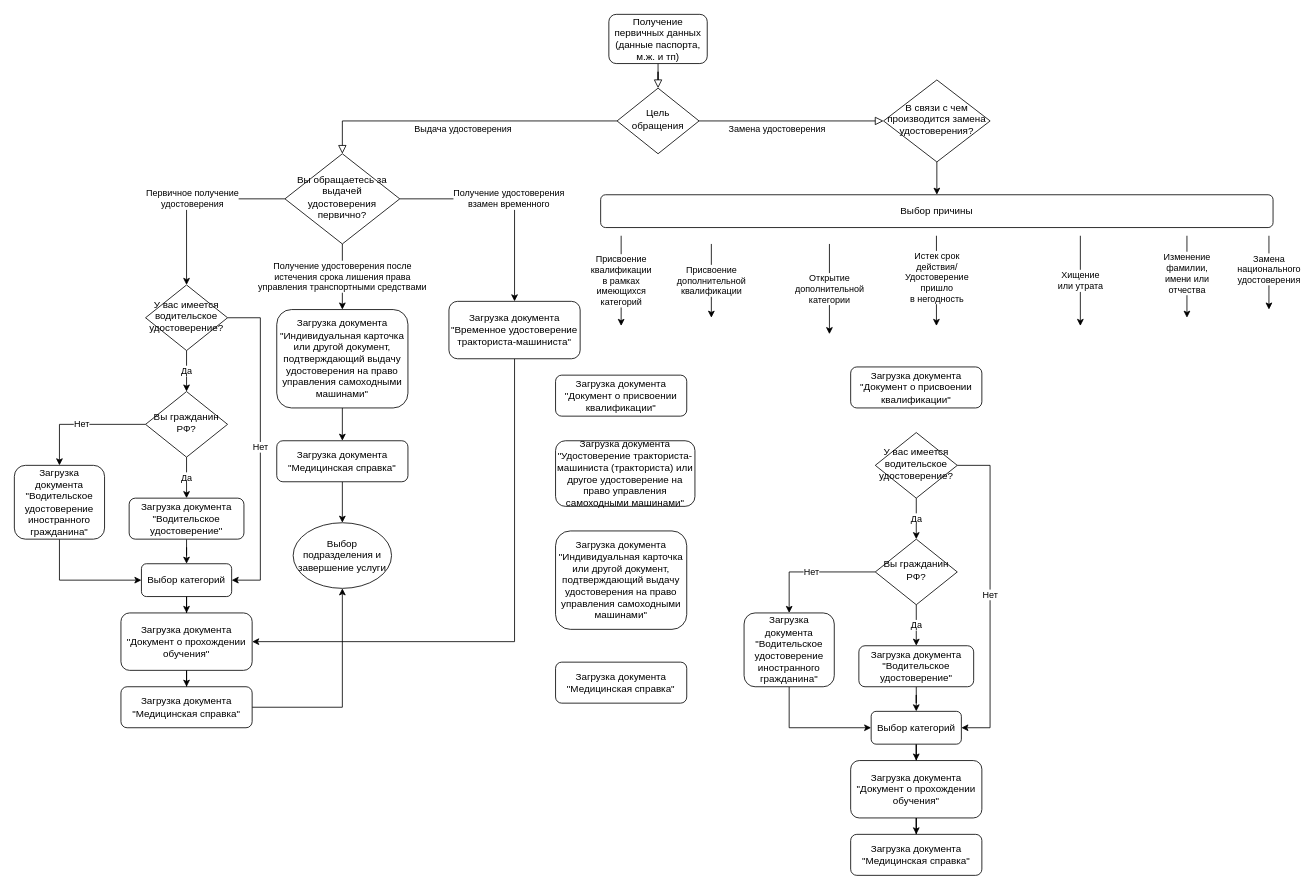
ainaraslan/test keeps this draw.io diagram as page "Page-1" (1 of 8) of Untitled Diagram.drawio. Above is the earlier version. Source tidied: cells renumbered, new cells numbered last; positions are measured from the earlier drawing's top-left corner, leaving out a move shared by most shapes. Both pictures are drawn from the tidied source at 82%, with x=0, y=0 at pixel (14, 14).
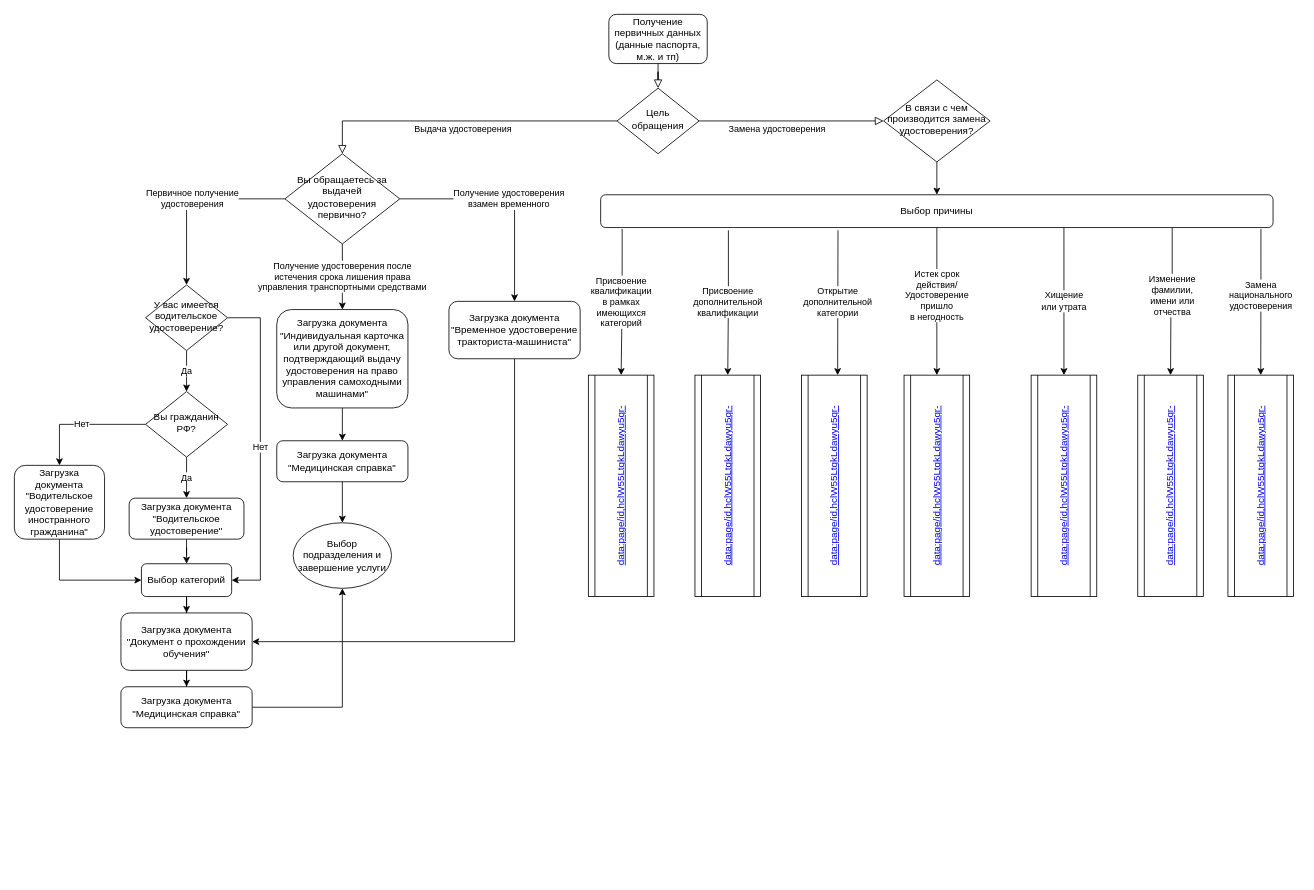
The same diagram, later.

The change refers to these unchanged cells:
```xml
<mxCell id="39" value="Выбор причины" style="rounded=1;whiteSpace=wrap;html=1;shadow=0;strokeWidth=1;" parent="1" vertex="1">
  <mxGeometry x="715" y="220" width="820" height="40" as="geometry" />
</mxCell>
```

What changed in the source:
```diff
@@
-    <mxCell id="36" value="Присвоение &lt;br&gt;дополнительной &lt;br&gt;квалификации" style="edgeStyle=orthogonalEdgeStyle;rounded=0;orthogonalLoop=1;jettySize=auto;html=1;" parent="1" edge="1">
+    <mxCell id="36" value="Присвоение &lt;br&gt;дополнительной &lt;br&gt;квалификации" style="edgeStyle=orthogonalEdgeStyle;rounded=0;jettySize=auto;html=1;exitX=0.19;exitY=1.083;exitDx=0;exitDy=0;exitPerimeter=0;" parent="1" edge="1" source="39">
       <mxGeometry relative="1" as="geometry">
-        <mxPoint x="850" y="280" as="sourcePoint" />
-        <mxPoint x="850" y="370" as="targetPoint" />
+        <mxPoint x="870" y="440" as="targetPoint" />
       </mxGeometry>
     </mxCell>
-    <mxCell id="37" value="Присвоение &lt;br&gt;квалификации &lt;br&gt;в рамках &lt;br&gt;имеющихся &lt;br&gt;категорий" style="edgeStyle=orthogonalEdgeStyle;rounded=0;orthogonalLoop=1;jettySize=auto;html=1;" parent="1" edge="1">
+    <mxCell id="37" value="Присвоение &lt;br&gt;квалификации &lt;br&gt;в рамках &lt;br&gt;имеющихся &lt;br&gt;категорий" style="edgeStyle=orthogonalEdgeStyle;rounded=0;jettySize=auto;html=1;exitX=0.032;exitY=1.042;exitDx=0;exitDy=0;exitPerimeter=0;" parent="1" edge="1" source="39">
       <mxGeometry relative="1" as="geometry">
-        <mxPoint x="740" y="270" as="sourcePoint" />
-        <mxPoint x="740" y="380" as="targetPoint" />
+        <mxPoint x="740" y="440" as="targetPoint" />
       </mxGeometry>
     </mxCell>
-    <mxCell id="38" value="Открытие &lt;br&gt;дополнительной &lt;br&gt;категории" style="edgeStyle=orthogonalEdgeStyle;rounded=0;orthogonalLoop=1;jettySize=auto;html=1;" parent="1" edge="1">
+    <mxCell id="38" value="Открытие &lt;br&gt;дополнительной &lt;br&gt;категории" style="edgeStyle=orthogonalEdgeStyle;rounded=0;jettySize=auto;html=1;exitX=0.353;exitY=1.083;exitDx=0;exitDy=0;exitPerimeter=0;" parent="1" edge="1" source="39">
       <mxGeometry relative="1" as="geometry">
-        <mxPoint x="994" y="280" as="sourcePoint" />
-        <mxPoint x="994" y="390" as="targetPoint" />
+        <mxPoint x="1004" y="440" as="targetPoint" />
       </mxGeometry>
     </mxCell>
@@
-    <mxCell id="40" value="Хищение &lt;br&gt;или утрата" style="edgeStyle=orthogonalEdgeStyle;rounded=0;orthogonalLoop=1;jettySize=auto;html=1;" parent="1" edge="1">
+    <mxCell id="40" value="Хищение &lt;br&gt;или утрата" style="edgeStyle=orthogonalEdgeStyle;rounded=0;jettySize=auto;html=1;exitX=0.689;exitY=1;exitDx=0;exitDy=0;exitPerimeter=0;" parent="1" edge="1" source="39">
       <mxGeometry relative="1" as="geometry">
-        <mxPoint x="1300" y="270" as="sourcePoint" />
-        <mxPoint x="1300" y="380" as="targetPoint" />
+        <mxPoint x="1280" y="440" as="targetPoint" />
       </mxGeometry>
     </mxCell>
-    <mxCell id="41" value="Изменение &lt;br&gt;фамилии, &lt;br&gt;имени или &lt;br&gt;отчества" style="edgeStyle=orthogonalEdgeStyle;rounded=0;orthogonalLoop=1;jettySize=auto;html=1;" parent="1" edge="1">
+    <mxCell id="41" value="Изменение &lt;br&gt;фамилии, &lt;br&gt;имени или &lt;br&gt;отчества" style="edgeStyle=orthogonalEdgeStyle;rounded=0;jettySize=auto;html=1;exitX=0.85;exitY=1;exitDx=0;exitDy=0;exitPerimeter=0;" parent="1" edge="1" source="39">
       <mxGeometry x="-0.09" relative="1" as="geometry">
-        <mxPoint x="1430" y="270" as="sourcePoint" />
-        <mxPoint x="1430" y="370" as="targetPoint" />
+        <mxPoint x="1410" y="440" as="targetPoint" />
       </mxGeometry>
     </mxCell>
-    <mxCell id="42" value="Замена &lt;br&gt;национального &lt;br&gt;удостоверения" style="edgeStyle=orthogonalEdgeStyle;rounded=0;orthogonalLoop=1;jettySize=auto;html=1;" parent="1" edge="1">
+    <mxCell id="42" value="Замена &lt;br&gt;национального &lt;br&gt;удостоверения" style="edgeStyle=orthogonalEdgeStyle;rounded=0;jettySize=auto;html=1;exitX=0.982;exitY=1.042;exitDx=0;exitDy=0;exitPerimeter=0;" parent="1" edge="1" source="39">
       <mxGeometry x="-0.09" relative="1" as="geometry">
-        <mxPoint x="1530" y="270" as="sourcePoint" />
-        <mxPoint x="1530" y="360" as="targetPoint" />
+        <mxPoint x="1520" y="440" as="targetPoint" />
       </mxGeometry>
     </mxCell>
-    <mxCell id="43" value="Истек срок &lt;br&gt;действия/&lt;br&gt;Удостоверение &lt;br&gt;пришло &lt;br&gt;в негодность" style="edgeStyle=orthogonalEdgeStyle;rounded=0;orthogonalLoop=1;jettySize=auto;html=1;" parent="1" edge="1">
+    <mxCell id="43" value="Истек срок &lt;br&gt;действия/&lt;br&gt;Удостоверение &lt;br&gt;пришло &lt;br&gt;в негодность" style="edgeStyle=orthogonalEdgeStyle;rounded=0;jettySize=auto;html=1;exitX=0.5;exitY=1;exitDx=0;exitDy=0;exitPerimeter=0;" parent="1" edge="1" source="39">
       <mxGeometry x="-0.08" relative="1" as="geometry">
-        <mxPoint x="1124.5" y="270" as="sourcePoint" />
-        <mxPoint x="1124.5" y="380" as="targetPoint" />
-        <Array as="points">
-          <mxPoint x="1124.5" y="380" />
-        </Array>
+        <mxPoint x="1125" y="440" as="targetPoint" />
       </mxGeometry>
     </mxCell>
-    <mxCell id="44" value="Загрузка документа &quot;Документ о присвоении квалификации&quot;" style="rounded=1;whiteSpace=wrap;html=1;shadow=0;strokeWidth=1;" parent="1" vertex="1">
-      <mxGeometry x="660" y="440" width="160" height="50" as="geometry" />
-    </mxCell>
-    <mxCell id="45" value="Загрузка документа &quot;Удостоверение тракториста-машиниста (тракториста) или другое удостоверение на право управления самоходными машинами&quot;" style="rounded=1;whiteSpace=wrap;html=1;shadow=0;strokeWidth=1;" parent="1" vertex="1">
-      <mxGeometry x="660" y="520" width="170" height="80" as="geometry" />
-    </mxCell>
-    <mxCell id="46" value="Загрузка документа &quot;Индивидуальная карточка или другой документ, подтверждающий выдачу удостоверения на право управления самоходными машинами&quot;" style="rounded=1;whiteSpace=wrap;html=1;shadow=0;strokeWidth=1;" parent="1" vertex="1">
-      <mxGeometry x="660" y="630" width="160" height="120" as="geometry" />
-    </mxCell>
-    <mxCell id="47" value="Загрузка документа &quot;Медицинская справка&quot;" style="rounded=1;whiteSpace=wrap;html=1;shadow=0;strokeWidth=1;" parent="1" vertex="1">
-      <mxGeometry x="660" y="790" width="160" height="50" as="geometry" />
-    </mxCell>
-    <mxCell id="48" value="Загрузка документа &quot;Документ о присвоении квалификации&quot;" style="rounded=1;whiteSpace=wrap;html=1;shadow=0;strokeWidth=1;" parent="1" vertex="1">
-      <mxGeometry x="1019.9" y="430" width="160" height="50" as="geometry" />
-    </mxCell>
-    <mxCell id="49" value="Да" style="edgeStyle=orthogonalEdgeStyle;rounded=0;jettySize=auto;html=1;entryX=0.5;entryY=0;entryDx=0;entryDy=0;" parent="1" edge="1" source="51" target="54">
-      <mxGeometry relative="1" as="geometry" />
-    </mxCell>
-    <mxCell id="50" value="Нет" style="edgeStyle=orthogonalEdgeStyle;rounded=0;jettySize=auto;html=1;entryX=1;entryY=0.5;entryDx=0;entryDy=0;" parent="1" edge="1" source="51" target="60">
-      <mxGeometry relative="1" as="geometry">
-        <Array as="points">
-          <mxPoint x="1189.9" y="550" />
-          <mxPoint x="1189.9" y="870" />
-        </Array>
-      </mxGeometry>
-    </mxCell>
-    <mxCell id="51" value="У вас имеется водительское удостоверение?" style="rhombus;whiteSpace=wrap;html=1;shadow=0;fontFamily=Helvetica;fontSize=12;align=center;strokeWidth=1;spacing=6;spacingTop=-4;" parent="1" vertex="1">
-      <mxGeometry x="1049.9" y="510" width="100" height="80" as="geometry" />
-    </mxCell>
-    <mxCell id="52" value="Да" style="edgeStyle=orthogonalEdgeStyle;rounded=0;jettySize=auto;html=1;entryX=0.5;entryY=0;entryDx=0;entryDy=0;" parent="1" edge="1" source="54" target="56">
-      <mxGeometry relative="1" as="geometry" />
-    </mxCell>
-    <mxCell id="53" value="Нет" style="edgeStyle=orthogonalEdgeStyle;rounded=0;jettySize=auto;html=1;entryX=0.5;entryY=0;entryDx=0;entryDy=0;" parent="1" edge="1" source="54" target="58">
-      <mxGeometry relative="1" as="geometry" />
-    </mxCell>
-    <mxCell id="54" value="Вы гражданин РФ?" style="rhombus;whiteSpace=wrap;html=1;shadow=0;fontFamily=Helvetica;fontSize=12;align=center;strokeWidth=1;spacing=6;spacingTop=-4;" parent="1" vertex="1">
-      <mxGeometry x="1049.9" y="640" width="100" height="80" as="geometry" />
-    </mxCell>
-    <mxCell id="55" style="edgeStyle=orthogonalEdgeStyle;rounded=0;jettySize=auto;html=1;entryX=0.5;entryY=0;entryDx=0;entryDy=0;" parent="1" edge="1" source="56" target="60">
-      <mxGeometry relative="1" as="geometry" />
-    </mxCell>
-    <mxCell id="56" value="Загрузка документа &quot;Водительское удостоверение&quot;" style="rounded=1;whiteSpace=wrap;html=1;shadow=0;strokeWidth=1;" parent="1" vertex="1">
-      <mxGeometry x="1029.9" y="770" width="140" height="50" as="geometry" />
-    </mxCell>
-    <mxCell id="57" style="edgeStyle=orthogonalEdgeStyle;rounded=0;jettySize=auto;html=1;entryX=0;entryY=0.5;entryDx=0;entryDy=0;" parent="1" edge="1" source="58" target="60">
-      <mxGeometry relative="1" as="geometry">
-        <Array as="points">
-          <mxPoint x="944.9" y="870" />
-        </Array>
-      </mxGeometry>
-    </mxCell>
-    <mxCell id="58" value="Загрузка документа &quot;Водительское удостоверение иностранного гражданина&quot;" style="rounded=1;whiteSpace=wrap;html=1;shadow=0;strokeWidth=1;" parent="1" vertex="1">
-      <mxGeometry x="889.9" y="730" width="110" height="90" as="geometry" />
-    </mxCell>
-    <mxCell id="59" style="edgeStyle=orthogonalEdgeStyle;rounded=0;jettySize=auto;html=1;" parent="1" edge="1" source="60" target="62">
-      <mxGeometry relative="1" as="geometry" />
-    </mxCell>
-    <mxCell id="60" value="Выбор категорий" style="rounded=1;whiteSpace=wrap;html=1;shadow=0;strokeWidth=1;" parent="1" vertex="1">
-      <mxGeometry x="1044.9" y="850" width="110" height="40" as="geometry" />
-    </mxCell>
-    <mxCell id="61" style="edgeStyle=orthogonalEdgeStyle;rounded=0;jettySize=auto;html=1;" parent="1" edge="1" source="62" target="63">
-      <mxGeometry relative="1" as="geometry" />
-    </mxCell>
-    <mxCell id="62" value="Загрузка документа &quot;Документ о прохождении обучения&quot;" style="rounded=1;whiteSpace=wrap;html=1;shadow=0;strokeWidth=1;" parent="1" vertex="1">
-      <mxGeometry x="1019.9" y="910" width="160" height="70" as="geometry" />
-    </mxCell>
-    <mxCell id="63" value="Загрузка документа &quot;Медицинская справка&quot;" style="rounded=1;whiteSpace=wrap;html=1;shadow=0;strokeWidth=1;" parent="1" vertex="1">
-      <mxGeometry x="1019.9" y="1000" width="160" height="50" as="geometry" />
-    </mxCell>
+    <mxCell id="64" value="&lt;a href=&quot;data:page/id,hclW55LtqkLdawyu5qr-&quot;&gt;data:page/id,hclW55LtqkLdawyu5qr-&lt;/a&gt;" style="shape=process;whiteSpace=wrap;html=1;backgroundOutline=1;shadow=0;strokeWidth=1;horizontal=0;" parent="1" vertex="1">
+      <mxGeometry x="700" y="440" width="80" height="270" as="geometry" />
+    </mxCell>
+    <mxCell id="65" value="&lt;a href=&quot;null&quot;&gt;data:page/id,hclW55LtqkLdawyu5qr-&lt;/a&gt;" style="shape=process;whiteSpace=wrap;html=1;backgroundOutline=1;shadow=0;strokeWidth=1;horizontal=0;" parent="1" vertex="1">
+      <mxGeometry x="830" y="440" width="80" height="270" as="geometry" />
+    </mxCell>
+    <mxCell id="66" value="&lt;a href=&quot;null&quot;&gt;data:page/id,hclW55LtqkLdawyu5qr-&lt;/a&gt;" style="shape=process;whiteSpace=wrap;html=1;backgroundOutline=1;shadow=0;strokeWidth=1;horizontal=0;" parent="1" vertex="1">
+      <mxGeometry x="960" y="440" width="80" height="270" as="geometry" />
+    </mxCell>
+    <mxCell id="67" value="&lt;a href=&quot;null&quot;&gt;data:page/id,hclW55LtqkLdawyu5qr-&lt;/a&gt;" style="shape=process;whiteSpace=wrap;html=1;backgroundOutline=1;shadow=0;strokeWidth=1;horizontal=0;" parent="1" vertex="1">
+      <mxGeometry x="1085" y="440" width="80" height="270" as="geometry" />
+    </mxCell>
+    <mxCell id="68" value="&lt;a href=&quot;null&quot;&gt;data:page/id,hclW55LtqkLdawyu5qr-&lt;/a&gt;" style="shape=process;whiteSpace=wrap;html=1;backgroundOutline=1;shadow=0;strokeWidth=1;horizontal=0;" parent="1" vertex="1">
+      <mxGeometry x="1240" y="440" width="80" height="270" as="geometry" />
+    </mxCell>
+    <mxCell id="69" value="&lt;a href=&quot;null&quot;&gt;data:page/id,hclW55LtqkLdawyu5qr-&lt;/a&gt;" style="shape=process;whiteSpace=wrap;html=1;backgroundOutline=1;shadow=0;strokeWidth=1;horizontal=0;" parent="1" vertex="1">
+      <mxGeometry x="1370" y="440" width="80" height="270" as="geometry" />
+    </mxCell>
+    <mxCell id="70" value="&lt;a href=&quot;null&quot;&gt;data:page/id,hclW55LtqkLdawyu5qr-&lt;/a&gt;" style="shape=process;whiteSpace=wrap;html=1;backgroundOutline=1;shadow=0;strokeWidth=1;horizontal=0;" parent="1" vertex="1">
+      <mxGeometry x="1480" y="440" width="80" height="270" as="geometry" />
+    </mxCell>
```
